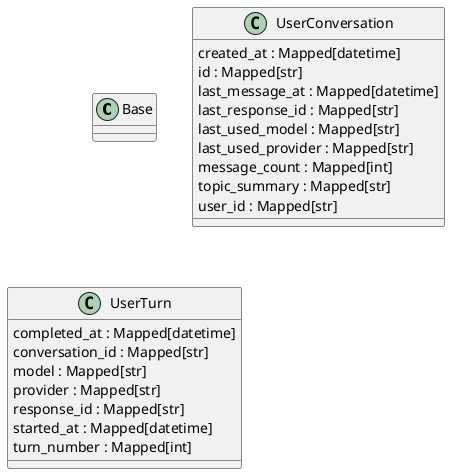
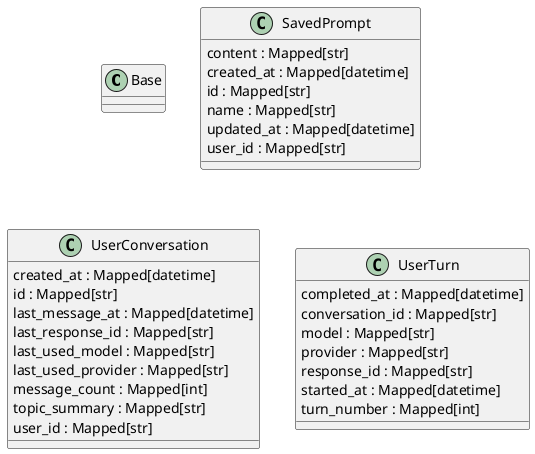
@startuml classes
set namespaceSeparator none
class "Base" as src.models.database.base.Base {
+ }
+ class "SavedPrompt" as src.models.database.saved_prompts.SavedPrompt {
+   content : Mapped[str]
+   created_at : Mapped[datetime]
+   id : Mapped[str]
+   name : Mapped[str]
+   updated_at : Mapped[datetime]
+   user_id : Mapped[str]
}
class "UserConversation" as src.models.database.conversations.UserConversation {
  created_at : Mapped[datetime]
  id : Mapped[str]
  last_message_at : Mapped[datetime]
  last_response_id : Mapped[str]
  last_used_model : Mapped[str]
  last_used_provider : Mapped[str]
  message_count : Mapped[int]
  topic_summary : Mapped[str]
  user_id : Mapped[str]
}
class "UserTurn" as src.models.database.conversations.UserTurn {
  completed_at : Mapped[datetime]
  conversation_id : Mapped[str]
  model : Mapped[str]
  provider : Mapped[str]
  response_id : Mapped[str]
  started_at : Mapped[datetime]
  turn_number : Mapped[int]
}
@enduml
